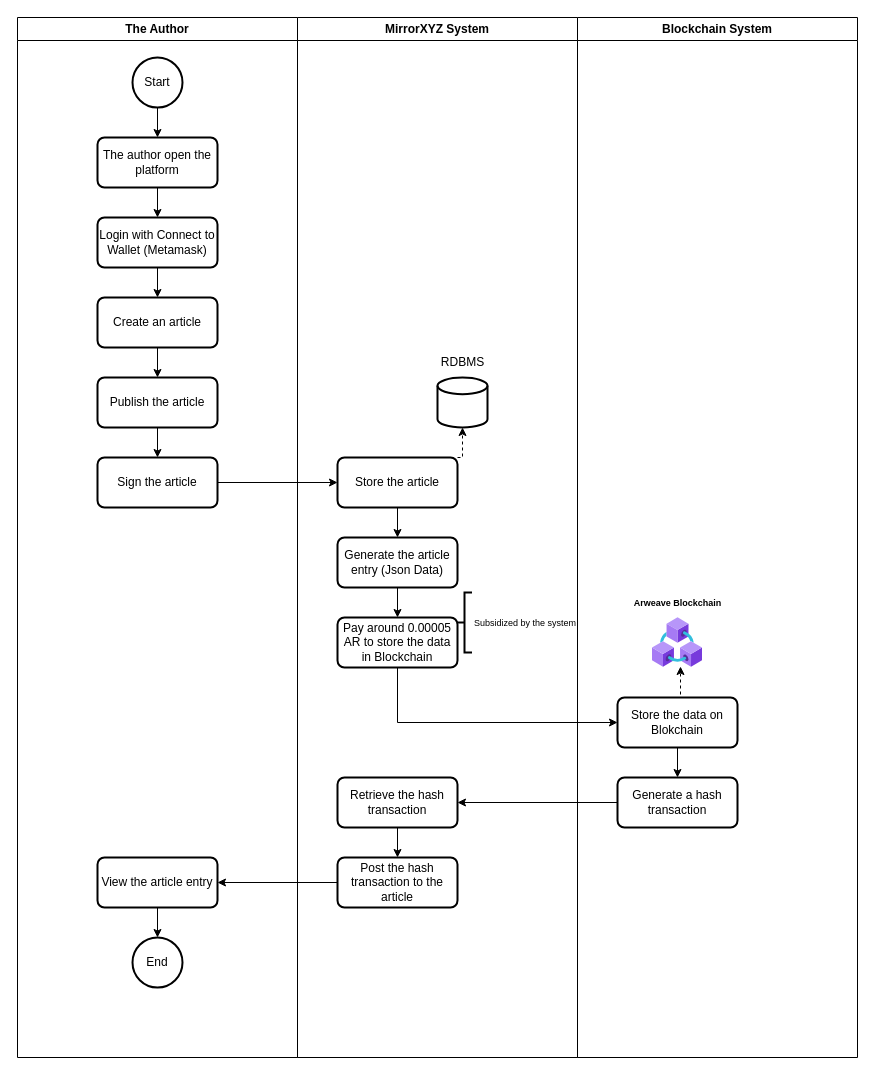
This is MetaweaveXYZ.drawio from hanggaa/Diagram, a draw.io file, before an edit. Source tidied: cells renumbered, new cells numbered last; positions are measured from the earlier drawing's top-left corner, leaving out a move shared by most shapes. Both pictures are drawn from the tidied source at 100%, with x=0, y=0 at pixel (17, 17).
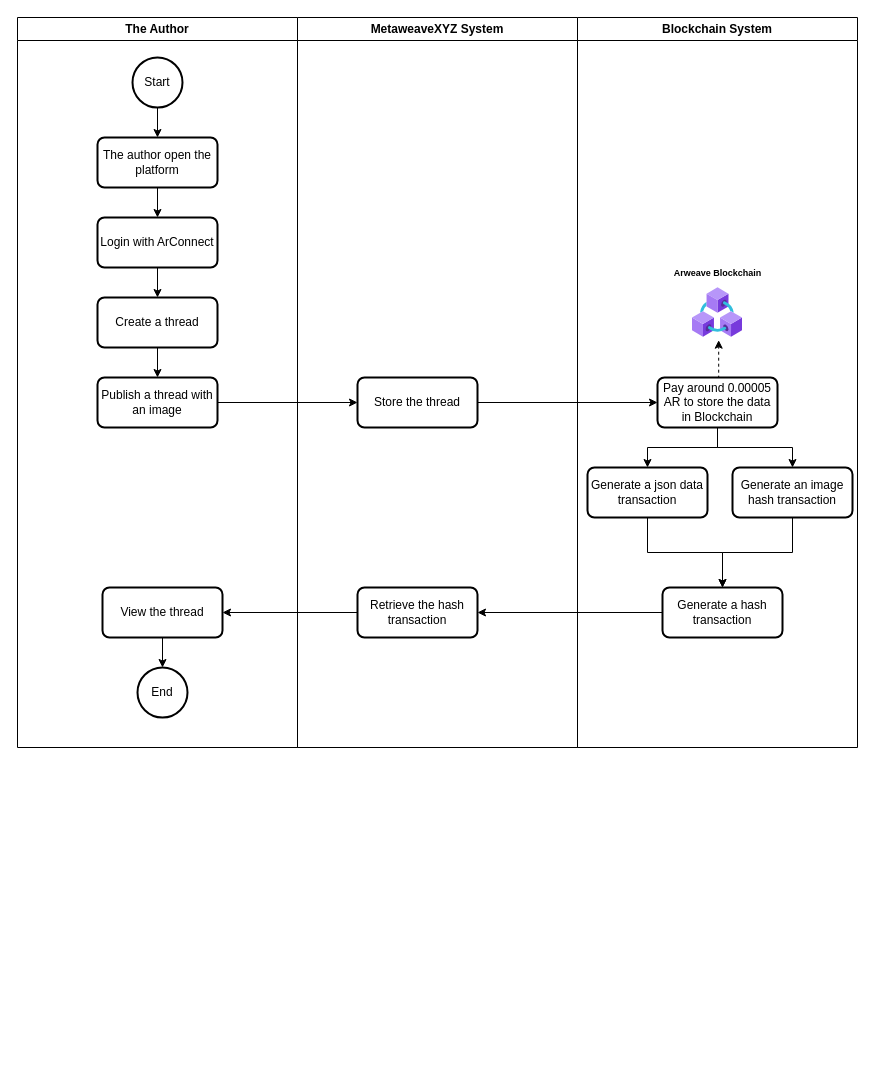
The same diagram, later.

Change to the diagram source:
```diff
@@
     <mxCell id="2" value="The Author" style="swimlane;whiteSpace=wrap;html=1;" parent="1" vertex="1">
-      <mxGeometry width="280" height="1040" as="geometry" />
+      <mxGeometry width="280" height="730" as="geometry" />
     </mxCell>
@@
-    <mxCell id="8" value="Login with Connect to Wallet (Metamask)" style="rounded=1;whiteSpace=wrap;html=1;absoluteArcSize=1;arcSize=14;strokeWidth=2;" parent="2" vertex="1">
+    <mxCell id="8" value="Login with ArConnect" style="rounded=1;whiteSpace=wrap;html=1;absoluteArcSize=1;arcSize=14;strokeWidth=2;" parent="2" vertex="1">
       <mxGeometry x="80" y="200" width="120" height="50" as="geometry" />
     </mxCell>
@@
-    <mxCell id="10" value="Create an article" style="rounded=1;whiteSpace=wrap;html=1;absoluteArcSize=1;arcSize=14;strokeWidth=2;" parent="2" vertex="1">
+    <mxCell id="10" value="Create a thread" style="rounded=1;whiteSpace=wrap;html=1;absoluteArcSize=1;arcSize=14;strokeWidth=2;" parent="2" vertex="1">
       <mxGeometry x="80" y="280" width="120" height="50" as="geometry" />
     </mxCell>
-    <mxCell id="11" style="edgeStyle=orthogonalEdgeStyle;rounded=0;jettySize=auto;html=1;exitX=0.5;exitY=1;exitDx=0;exitDy=0;entryX=0.5;entryY=0;entryDx=0;entryDy=0;" parent="2" edge="1" source="12" target="13">
-      <mxGeometry relative="1" as="geometry" />
-    </mxCell>
-    <mxCell id="12" value="Publish the article" style="rounded=1;whiteSpace=wrap;html=1;absoluteArcSize=1;arcSize=14;strokeWidth=2;" parent="2" vertex="1">
+    <mxCell id="12" value="Publish a thread with an image" style="rounded=1;whiteSpace=wrap;html=1;absoluteArcSize=1;arcSize=14;strokeWidth=2;" parent="2" vertex="1">
       <mxGeometry x="80" y="360" width="120" height="50" as="geometry" />
     </mxCell>
-    <mxCell id="13" value="Sign the article" style="rounded=1;whiteSpace=wrap;html=1;absoluteArcSize=1;arcSize=14;strokeWidth=2;" parent="2" vertex="1">
-      <mxGeometry x="80" y="440" width="120" height="50" as="geometry" />
-    </mxCell>
@@
-    <mxCell id="15" value="View the article entry" style="rounded=1;whiteSpace=wrap;html=1;absoluteArcSize=1;arcSize=14;strokeWidth=2;" parent="2" vertex="1">
-      <mxGeometry x="80" y="840" width="120" height="50" as="geometry" />
+    <mxCell id="15" value="View the thread" style="rounded=1;whiteSpace=wrap;html=1;absoluteArcSize=1;arcSize=14;strokeWidth=2;" parent="2" vertex="1">
+      <mxGeometry x="85" y="570" width="120" height="50" as="geometry" />
     </mxCell>
     <mxCell id="16" value="End" style="strokeWidth=2;html=1;shape=mxgraph.flowchart.start_2;whiteSpace=wrap;" parent="2" vertex="1">
-      <mxGeometry x="115" y="920" width="50" height="50" as="geometry" />
+      <mxGeometry x="120" y="650" width="50" height="50" as="geometry" />
     </mxCell>
-    <mxCell id="17" value="MirrorXYZ System" style="swimlane;whiteSpace=wrap;html=1;" parent="1" vertex="1">
-      <mxGeometry x="280" width="280" height="1040" as="geometry" />
+    <mxCell id="17" value="MetaweaveXYZ System" style="swimlane;whiteSpace=wrap;html=1;" parent="1" vertex="1">
+      <mxGeometry x="280" width="280" height="730" as="geometry" />
     </mxCell>
-    <mxCell id="18" style="edgeStyle=orthogonalEdgeStyle;rounded=0;jettySize=auto;html=1;exitX=1;exitY=0;exitDx=0;exitDy=0;entryX=0.5;entryY=1;entryDx=0;entryDy=0;entryPerimeter=0;dashed=1;" parent="17" edge="1" source="20" target="21">
-      <mxGeometry relative="1" as="geometry" />
-    </mxCell>
-    <mxCell id="19" style="edgeStyle=orthogonalEdgeStyle;rounded=0;jettySize=auto;html=1;exitX=0.5;exitY=1;exitDx=0;exitDy=0;entryX=0.5;entryY=0;entryDx=0;entryDy=0;" parent="17" edge="1" source="20" target="24">
-      <mxGeometry relative="1" as="geometry" />
-    </mxCell>
-    <mxCell id="20" value="Store the article" style="rounded=1;whiteSpace=wrap;html=1;absoluteArcSize=1;arcSize=14;strokeWidth=2;" parent="17" vertex="1">
-      <mxGeometry x="40" y="440" width="120" height="50" as="geometry" />
+    <mxCell id="20" value="Store the thread" style="rounded=1;whiteSpace=wrap;html=1;absoluteArcSize=1;arcSize=14;strokeWidth=2;" parent="17" vertex="1">
+      <mxGeometry x="60" y="360" width="120" height="50" as="geometry" />
     </mxCell>
-    <mxCell id="21" style="strokeWidth=2;html=1;shape=mxgraph.flowchart.database;whiteSpace=wrap;" parent="17" vertex="1">
-      <mxGeometry x="140" y="360" width="50" height="50" as="geometry" />
-    </mxCell>
-    <mxCell id="22" value="RDBMS" style="text;html=1;align=center;verticalAlign=middle;strokeColor=none;fillColor=none;" parent="17" vertex="1">
-      <mxGeometry x="130" y="330" width="70" height="30" as="geometry" />
-    </mxCell>
-    <mxCell id="23" style="edgeStyle=orthogonalEdgeStyle;rounded=0;jettySize=auto;html=1;exitX=0.5;exitY=1;exitDx=0;exitDy=0;entryX=0.5;entryY=0;entryDx=0;entryDy=0;" parent="17" edge="1" source="24" target="25">
-      <mxGeometry relative="1" as="geometry" />
-    </mxCell>
-    <mxCell id="24" value="Generate the article entry (Json Data)" style="rounded=1;whiteSpace=wrap;html=1;absoluteArcSize=1;arcSize=14;strokeWidth=2;" parent="17" vertex="1">
-      <mxGeometry x="40" y="520" width="120" height="50" as="geometry" />
-    </mxCell>
-    <mxCell id="25" value="Pay around 0.00005 AR to store the data in Blockchain" style="rounded=1;whiteSpace=wrap;html=1;absoluteArcSize=1;arcSize=14;strokeWidth=2;" parent="17" vertex="1">
-      <mxGeometry x="40" y="600" width="120" height="50" as="geometry" />
-    </mxCell>
-    <mxCell id="26" value="&lt;font style=&quot;font-size: 9px;&quot;&gt;Subsidized by the system&lt;/font&gt;" style="strokeWidth=2;html=1;shape=mxgraph.flowchart.annotation_2;align=left;labelPosition=right;rotation=0;" parent="17" vertex="1">
-      <mxGeometry x="159.5" y="575" width="15" height="60" as="geometry" />
-    </mxCell>
-    <mxCell id="27" style="edgeStyle=orthogonalEdgeStyle;rounded=0;jettySize=auto;html=1;exitX=0.5;exitY=1;exitDx=0;exitDy=0;entryX=0.5;entryY=0;entryDx=0;entryDy=0;fontSize=9;" parent="17" edge="1" source="28" target="29">
-      <mxGeometry relative="1" as="geometry" />
-    </mxCell>
     <mxCell id="28" value="Retrieve the hash transaction" style="rounded=1;whiteSpace=wrap;html=1;absoluteArcSize=1;arcSize=14;strokeWidth=2;" parent="17" vertex="1">
-      <mxGeometry x="40" y="760" width="120" height="50" as="geometry" />
+      <mxGeometry x="60" y="570" width="120" height="50" as="geometry" />
     </mxCell>
-    <mxCell id="29" value="Post the hash transaction to the article" style="rounded=1;whiteSpace=wrap;html=1;absoluteArcSize=1;arcSize=14;strokeWidth=2;" parent="17" vertex="1">
-      <mxGeometry x="40" y="840" width="120" height="50" as="geometry" />
-    </mxCell>
     <mxCell id="30" value="Blockchain System" style="swimlane;whiteSpace=wrap;html=1;" parent="1" vertex="1">
-      <mxGeometry x="560" width="280" height="1040" as="geometry" />
+      <mxGeometry x="560" width="280" height="730" as="geometry" />
     </mxCell>
+    <mxCell id="41" style="edgeStyle=orthogonalEdgeStyle;rounded=0;jettySize=auto;html=1;exitX=0.5;exitY=1;exitDx=0;exitDy=0;entryX=0.5;entryY=0;entryDx=0;entryDy=0;" parent="30" edge="1" source="33" target="44">
+      <mxGeometry relative="1" as="geometry" />
+    </mxCell>
+    <mxCell id="32" style="edgeStyle=orthogonalEdgeStyle;rounded=0;jettySize=auto;html=1;exitX=0.5;exitY=1;exitDx=0;exitDy=0;entryX=0.5;entryY=0;entryDx=0;entryDy=0;" parent="30" edge="1" source="33" target="36">
+      <mxGeometry relative="1" as="geometry" />
+    </mxCell>
-    <mxCell id="31" style="edgeStyle=orthogonalEdgeStyle;rounded=0;jettySize=auto;html=1;exitX=0.5;exitY=0;exitDx=0;exitDy=0;entryX=0.56;entryY=0.98;entryDx=0;entryDy=0;entryPerimeter=0;dashed=1;" parent="30" edge="1" source="33" target="34">
+    <mxCell id="31" style="edgeStyle=orthogonalEdgeStyle;rounded=0;jettySize=auto;html=1;exitX=0.5;exitY=0;exitDx=0;exitDy=0;entryX=0.524;entryY=1.054;entryDx=0;entryDy=0;entryPerimeter=0;dashed=1;" parent="30" edge="1" source="33" target="34">
       <mxGeometry relative="1" as="geometry" />
     </mxCell>
-    <mxCell id="32" style="edgeStyle=orthogonalEdgeStyle;rounded=0;jettySize=auto;html=1;exitX=0.5;exitY=1;exitDx=0;exitDy=0;entryX=0.5;entryY=0;entryDx=0;entryDy=0;fontSize=8;" parent="30" edge="1" source="33" target="36">
-      <mxGeometry relative="1" as="geometry" />
-    </mxCell>
-    <mxCell id="33" value="Store the data on Blokchain" style="rounded=1;whiteSpace=wrap;html=1;absoluteArcSize=1;arcSize=14;strokeWidth=2;" parent="30" vertex="1">
-      <mxGeometry x="40" y="680" width="120" height="50" as="geometry" />
+    <mxCell id="33" value="Pay around 0.00005 AR to store the data in Blockchain" style="rounded=1;whiteSpace=wrap;html=1;absoluteArcSize=1;arcSize=14;strokeWidth=2;" parent="30" vertex="1">
+      <mxGeometry x="80" y="360" width="120" height="50" as="geometry" />
     </mxCell>
     <mxCell id="34" style="html=1;points=[];align=center;image;fontSize=12;image=img/lib/azure2/blockchain/Azure_Blockchain_Service.svg;" parent="30" vertex="1">
-      <mxGeometry x="75" y="600" width="50" height="50" as="geometry" />
+      <mxGeometry x="115" y="270" width="50" height="50" as="geometry" />
     </mxCell>
     <mxCell id="35" value="&lt;font style=&quot;font-size: 9px;&quot;&gt;&lt;b&gt;Arweave Blockchain&lt;/b&gt;&lt;/font&gt;" style="text;html=1;align=center;verticalAlign=middle;strokeColor=none;fillColor=none;" parent="30" vertex="1">
-      <mxGeometry x="45" y="570" width="110" height="30" as="geometry" />
+      <mxGeometry x="85" y="240" width="110" height="30" as="geometry" />
     </mxCell>
+    <mxCell id="42" style="edgeStyle=orthogonalEdgeStyle;rounded=0;jettySize=auto;html=1;exitX=0.5;exitY=1;exitDx=0;exitDy=0;entryX=0.5;entryY=0;entryDx=0;entryDy=0;" parent="30" edge="1" source="36" target="45">
+      <mxGeometry relative="1" as="geometry" />
+    </mxCell>
-    <mxCell id="36" value="Generate a hash transaction" style="rounded=1;whiteSpace=wrap;html=1;absoluteArcSize=1;arcSize=14;strokeWidth=2;" parent="30" vertex="1">
-      <mxGeometry x="40" y="760" width="120" height="50" as="geometry" />
+    <mxCell id="36" value="Generate an image hash transaction" style="rounded=1;whiteSpace=wrap;html=1;absoluteArcSize=1;arcSize=14;strokeWidth=2;" parent="30" vertex="1">
+      <mxGeometry x="155" y="450" width="120" height="50" as="geometry" />
     </mxCell>
-    <mxCell id="37" style="edgeStyle=orthogonalEdgeStyle;rounded=0;jettySize=auto;html=1;exitX=1;exitY=0.5;exitDx=0;exitDy=0;entryX=0;entryY=0.5;entryDx=0;entryDy=0;" parent="1" edge="1" source="13" target="20">
-      <mxGeometry relative="1" as="geometry" />
-    </mxCell>
-    <mxCell id="38" style="edgeStyle=orthogonalEdgeStyle;rounded=0;jettySize=auto;html=1;exitX=0.5;exitY=1;exitDx=0;exitDy=0;entryX=0;entryY=0.5;entryDx=0;entryDy=0;fontSize=8;" parent="1" edge="1" source="25" target="33">
-      <mxGeometry relative="1" as="geometry" />
-    </mxCell>
-    <mxCell id="39" style="edgeStyle=orthogonalEdgeStyle;rounded=0;jettySize=auto;html=1;exitX=0;exitY=0.5;exitDx=0;exitDy=0;entryX=1;entryY=0.5;entryDx=0;entryDy=0;fontSize=8;" parent="1" edge="1" source="36" target="28">
-      <mxGeometry relative="1" as="geometry" />
-    </mxCell>
-    <mxCell id="40" style="edgeStyle=orthogonalEdgeStyle;rounded=0;jettySize=auto;html=1;exitX=0;exitY=0.5;exitDx=0;exitDy=0;entryX=1;entryY=0.5;entryDx=0;entryDy=0;fontSize=9;" parent="1" edge="1" source="29" target="15">
-      <mxGeometry relative="1" as="geometry" />
-    </mxCell>
+    <mxCell id="43" style="edgeStyle=orthogonalEdgeStyle;rounded=0;jettySize=auto;html=1;exitX=0.5;exitY=1;exitDx=0;exitDy=0;entryX=0.5;entryY=0;entryDx=0;entryDy=0;" parent="30" edge="1" source="44" target="45">
+      <mxGeometry relative="1" as="geometry" />
+    </mxCell>
+    <mxCell id="44" value="Generate a json data transaction" style="rounded=1;whiteSpace=wrap;html=1;absoluteArcSize=1;arcSize=14;strokeWidth=2;" parent="30" vertex="1">
+      <mxGeometry x="10" y="450" width="120" height="50" as="geometry" />
+    </mxCell>
+    <mxCell id="45" value="Generate a hash transaction" style="rounded=1;whiteSpace=wrap;html=1;absoluteArcSize=1;arcSize=14;strokeWidth=2;" parent="30" vertex="1">
+      <mxGeometry x="85" y="570" width="120" height="50" as="geometry" />
+    </mxCell>
+    <mxCell id="46" style="edgeStyle=orthogonalEdgeStyle;rounded=0;jettySize=auto;html=1;exitX=1;exitY=0.5;exitDx=0;exitDy=0;" parent="1" edge="1" source="12" target="20">
+      <mxGeometry relative="1" as="geometry" />
+    </mxCell>
+    <mxCell id="47" style="edgeStyle=orthogonalEdgeStyle;rounded=0;jettySize=auto;html=1;exitX=1;exitY=0.5;exitDx=0;exitDy=0;" parent="1" edge="1" source="20" target="33">
+      <mxGeometry relative="1" as="geometry" />
+    </mxCell>
+    <mxCell id="48" style="edgeStyle=orthogonalEdgeStyle;rounded=0;jettySize=auto;html=1;exitX=0;exitY=0.5;exitDx=0;exitDy=0;entryX=1;entryY=0.5;entryDx=0;entryDy=0;" parent="1" edge="1" source="45" target="28">
+      <mxGeometry relative="1" as="geometry" />
+    </mxCell>
+    <mxCell id="49" style="edgeStyle=orthogonalEdgeStyle;rounded=0;jettySize=auto;html=1;exitX=0;exitY=0.5;exitDx=0;exitDy=0;entryX=1;entryY=0.5;entryDx=0;entryDy=0;" parent="1" edge="1" source="28" target="15">
+      <mxGeometry relative="1" as="geometry" />
+    </mxCell>
```
